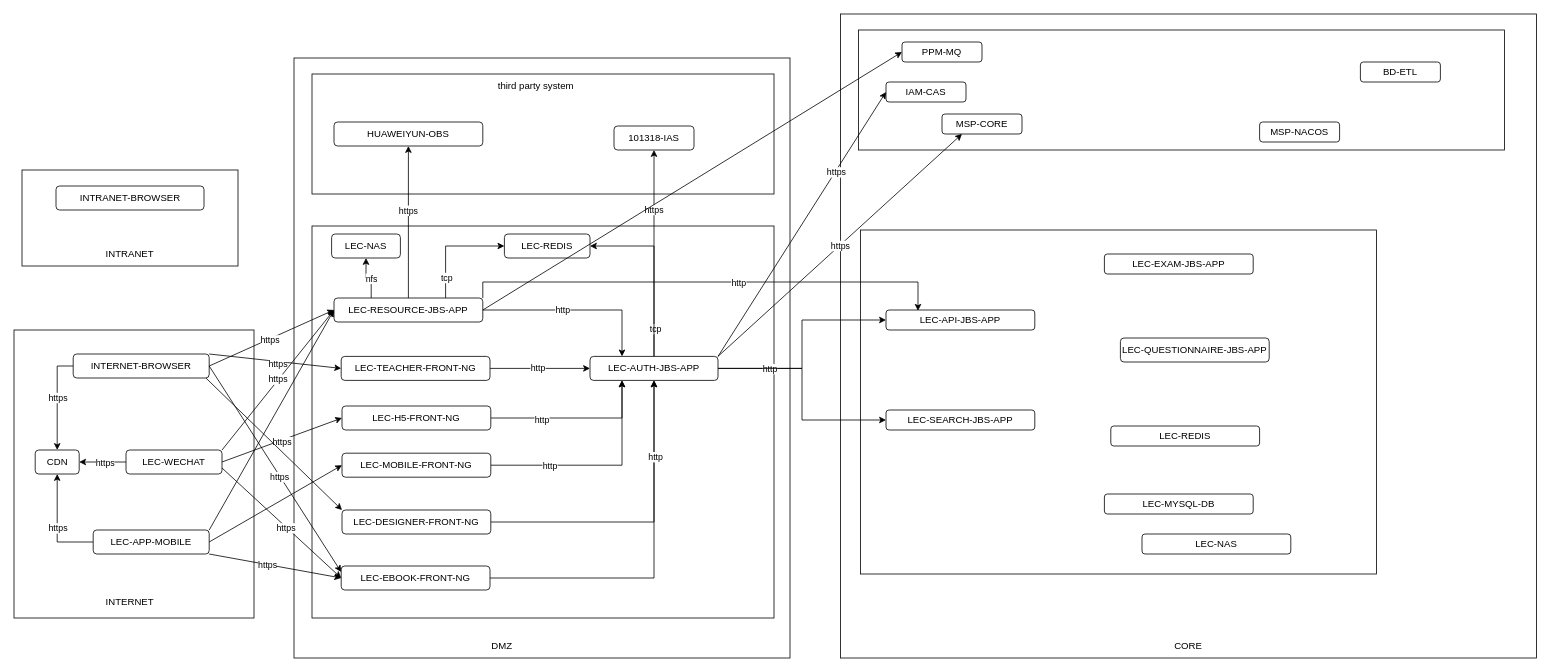
Earlier version of the draw.io diagram 智学365架构图.drawio (rainerpiao/cloud-computing). Source tidied: cells renumbered, new cells numbered last; positions are measured from the earlier drawing's top-left corner, leaving out a move shared by most shapes. Both pictures are drawn from the tidied source at 80%, with x=0, y=0 at pixel (14, 14).
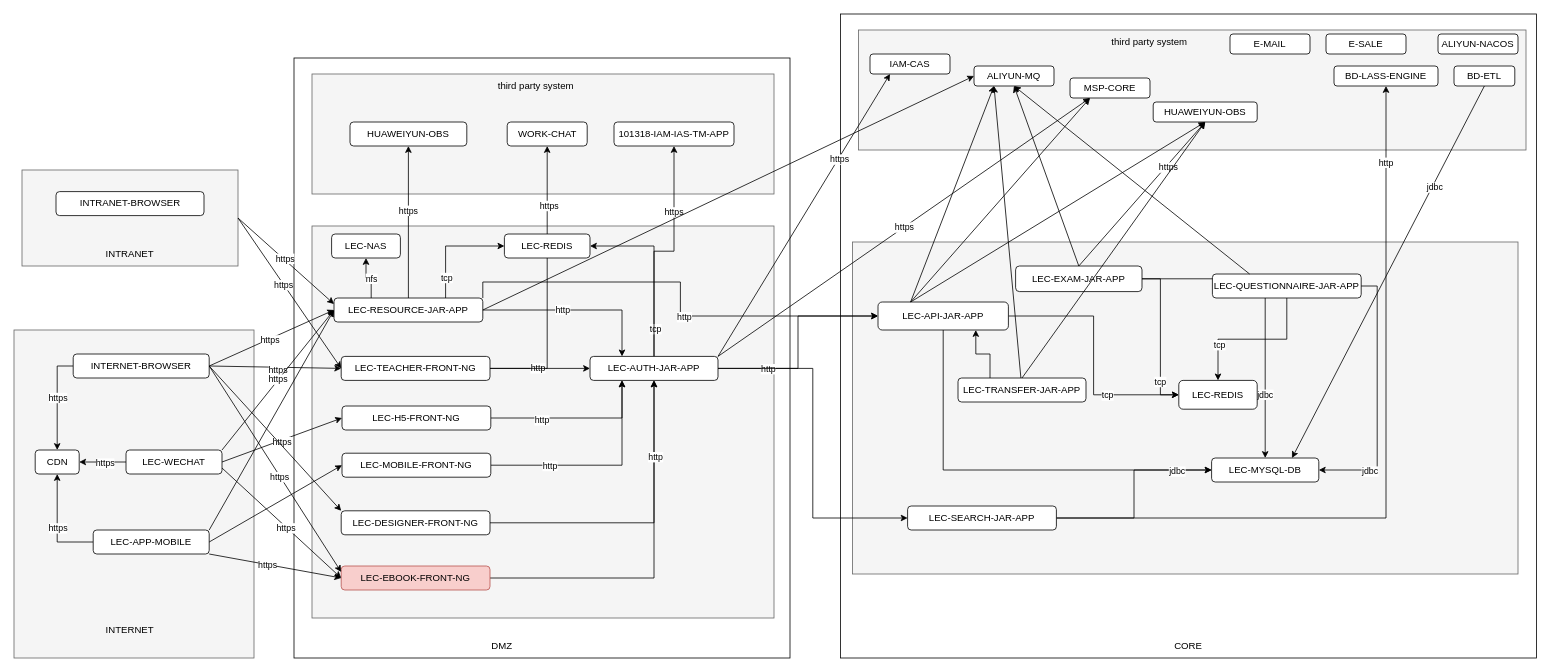
Above is the later version.

Commit message (it also covers changes not shown here):
更新智学365架构图.drawio

The change refers to these unchanged cells:
```xml
<mxCell id="10" value="&lt;span style=&quot;text-align: left;&quot;&gt;INTERNET-BROWSER&lt;/span&gt;" style="rounded=1;whiteSpace=wrap;html=1;" parent="1" vertex="1">
  <mxGeometry x="74" y="425" width="170" height="30" as="geometry" />
</mxCell>
<mxCell id="20" value="LEC-TEACHER-FRONT-NG" style="rounded=1;whiteSpace=wrap;html=1;" parent="1" vertex="1">
  <mxGeometry x="409" y="428" width="186" height="30" as="geometry" />
</mxCell>
```

The edit, as a diff of the source:
```diff
@@
-    <mxCell id="3" style="rounded=0;whiteSpace=wrap;html=1;" parent="1" vertex="1">
+    <mxCell id="3" style="rounded=0;whiteSpace=wrap;html=1;fillColor=#f5f5f5;fontColor=#333333;strokeColor=#666666;" parent="1" vertex="1">
       <mxGeometry x="10" y="195" width="270" height="120" as="geometry" />
     </mxCell>
-    <mxCell id="4" style="rounded=0;whiteSpace=wrap;html=1;" parent="1" vertex="1">
-      <mxGeometry y="395" width="300" height="360" as="geometry" />
+    <mxCell id="4" style="rounded=0;whiteSpace=wrap;html=1;fillColor=#f5f5f5;fontColor=#333333;strokeColor=#666666;" parent="1" vertex="1">
+      <mxGeometry y="395" width="300" height="410" as="geometry" />
     </mxCell>
@@
     <mxCell id="7" value="&lt;span style=&quot;text-align: left;&quot;&gt;INTRANET-BROWSER&lt;/span&gt;" style="rounded=1;whiteSpace=wrap;html=1;" parent="1" vertex="1">
-      <mxGeometry x="52.5" y="215" width="185" height="30" as="geometry" />
+      <mxGeometry x="52.5" y="222" width="185" height="30" as="geometry" />
     </mxCell>
@@
     <mxCell id="15" value="INTERNET" style="text;html=1;align=center;verticalAlign=middle;whiteSpace=wrap;rounded=0;" parent="1" vertex="1">
-      <mxGeometry x="110" y="720" width="70" height="30" as="geometry" />
+      <mxGeometry x="110" y="755" width="70" height="30" as="geometry" />
     </mxCell>
-    <mxCell id="16" style="rounded=0;whiteSpace=wrap;html=1;" parent="1" vertex="1">
+    <mxCell id="16" style="rounded=0;whiteSpace=wrap;html=1;fillColor=#f5f5f5;fontColor=#333333;strokeColor=#666666;" parent="1" vertex="1">
       <mxGeometry x="372.5" y="265" width="577.5" height="490" as="geometry" />
     </mxCell>
-    <mxCell id="17" style="rounded=0;whiteSpace=wrap;html=1;" parent="1" vertex="1">
+    <mxCell id="17" style="rounded=0;whiteSpace=wrap;html=1;fillColor=#f5f5f5;fontColor=#333333;strokeColor=#666666;" parent="1" vertex="1">
       <mxGeometry x="372.5" y="75" width="577.5" height="150" as="geometry" />
     </mxCell>
@@
+    <mxCell id="97" style="edgeStyle=orthogonalEdgeStyle;rounded=0;jettySize=auto;html=1;entryX=0.5;entryY=1;entryDx=0;entryDy=0;" parent="1" edge="1" source="20" target="115">
+      <mxGeometry relative="1" as="geometry" />
+    </mxCell>
+    <mxCell id="98" value="https" style="edgeLabel;html=1;align=center;verticalAlign=middle;" parent="97" vertex="1">
+      <mxGeometry x="0.58" y="-1" relative="1" as="geometry">
+        <mxPoint x="1" y="1" as="offset" />
+      </mxGeometry>
+    </mxCell>
@@
-    <mxCell id="29" value="LEC-RESOURCE-JBS-APP" style="rounded=1;whiteSpace=wrap;html=1;" parent="1" vertex="1">
+    <mxCell id="29" value="LEC-RESOURCE-JAR-APP" style="rounded=1;whiteSpace=wrap;html=1;" parent="1" vertex="1">
       <mxGeometry x="400" y="355" width="186" height="30" as="geometry" />
     </mxCell>
@@
-    <mxCell id="34" value="LEC-AUTH-JBS-APP" style="rounded=1;whiteSpace=wrap;html=1;" parent="1" vertex="1">
+    <mxCell id="34" value="LEC-AUTH-JAR-APP" style="rounded=1;whiteSpace=wrap;html=1;" parent="1" vertex="1">
       <mxGeometry x="720" y="428" width="160" height="30" as="geometry" />
     </mxCell>
@@
-    <mxCell id="40" style="rounded=0;whiteSpace=wrap;html=1;" parent="1" vertex="1">
-      <mxGeometry x="1058" y="270" width="645" height="430" as="geometry" />
+    <mxCell id="40" style="rounded=0;whiteSpace=wrap;html=1;fillColor=#f5f5f5;fontColor=#333333;strokeColor=#666666;" parent="1" vertex="1">
+      <mxGeometry x="1048" y="285" width="832" height="415" as="geometry" />
     </mxCell>
-    <mxCell id="41" style="rounded=0;whiteSpace=wrap;html=1;" parent="1" vertex="1">
-      <mxGeometry x="1055.5" y="20" width="807.5" height="150" as="geometry" />
+    <mxCell id="41" style="rounded=0;whiteSpace=wrap;html=1;fillColor=#f5f5f5;fontColor=#333333;strokeColor=#666666;" parent="1" vertex="1">
+      <mxGeometry x="1055.5" y="20" width="834.5" height="150" as="geometry" />
     </mxCell>
-    <mxCell id="42" value="101318-IAS" style="rounded=1;whiteSpace=wrap;html=1;" parent="1" vertex="1">
-      <mxGeometry x="750" y="140" width="100" height="30" as="geometry" />
+    <mxCell id="42" value="101318-IAM-IAS-TM-APP" style="rounded=1;whiteSpace=wrap;html=1;" parent="1" vertex="1">
+      <mxGeometry x="750" y="135" width="150" height="30" as="geometry" />
     </mxCell>
+    <mxCell id="99" style="edgeStyle=orthogonalEdgeStyle;rounded=0;jettySize=auto;html=1;entryX=0.5;entryY=0;entryDx=0;entryDy=0;" parent="1" edge="1" source="43" target="44">
+      <mxGeometry relative="1" as="geometry" />
+    </mxCell>
+    <mxCell id="100" value="jdbc" style="edgeLabel;html=1;align=center;verticalAlign=middle;" parent="99" vertex="1">
+      <mxGeometry x="0.57" y="-1" relative="1" as="geometry">
+        <mxPoint y="1" as="offset" />
+      </mxGeometry>
+    </mxCell>
+    <mxCell id="101" style="edgeStyle=orthogonalEdgeStyle;rounded=0;jettySize=auto;html=1;entryX=0;entryY=0.5;entryDx=0;entryDy=0;" parent="1" edge="1" source="43" target="46">
+      <mxGeometry relative="1" as="geometry" />
+    </mxCell>
+    <mxCell id="102" value="tcp" style="edgeLabel;html=1;align=center;verticalAlign=middle;" parent="101" vertex="1">
+      <mxGeometry x="0.58" y="-1" relative="1" as="geometry" />
+    </mxCell>
-    <mxCell id="43" value="LEC-EXAM-JBS-APP" style="rounded=1;whiteSpace=wrap;html=1;" parent="1" vertex="1">
-      <mxGeometry x="1363" y="300" width="186" height="25" as="geometry" />
+    <mxCell id="43" value="LEC-EXAM-JAR-APP" style="rounded=1;whiteSpace=wrap;html=1;" parent="1" vertex="1">
+      <mxGeometry x="1252" y="315" width="158" height="32" as="geometry" />
     </mxCell>
     <mxCell id="44" value="LEC-MYSQL-DB" style="rounded=1;whiteSpace=wrap;html=1;" parent="1" vertex="1">
-      <mxGeometry x="1363" y="600" width="186" height="25" as="geometry" />
+      <mxGeometry x="1497" y="555" width="134" height="30" as="geometry" />
     </mxCell>
-    <mxCell id="45" value="LEC-NAS" style="rounded=1;whiteSpace=wrap;html=1;" parent="1" vertex="1">
-      <mxGeometry x="1410" y="650" width="186" height="25" as="geometry" />
-    </mxCell>
     <mxCell id="46" value="LEC-REDIS" style="rounded=1;whiteSpace=wrap;html=1;" parent="1" vertex="1">
-      <mxGeometry x="1371" y="515" width="186" height="25" as="geometry" />
+      <mxGeometry x="1456" y="458" width="98" height="36" as="geometry" />
     </mxCell>
-    <mxCell id="47" value="PPM-MQ" style="rounded=1;whiteSpace=wrap;html=1;" parent="1" vertex="1">
-      <mxGeometry x="1110" y="35" width="100" height="25" as="geometry" />
+    <mxCell id="47" value="ALIYUN-MQ" style="rounded=1;whiteSpace=wrap;html=1;" parent="1" vertex="1">
+      <mxGeometry x="1200" y="65" width="100" height="25" as="geometry" />
     </mxCell>
+    <mxCell id="103" style="edgeStyle=orthogonalEdgeStyle;rounded=0;jettySize=auto;html=1;entryX=0.5;entryY=0;entryDx=0;entryDy=0;" parent="1" edge="1" source="48" target="46">
+      <mxGeometry relative="1" as="geometry" />
+    </mxCell>
+    <mxCell id="104" value="tcp" style="edgeLabel;html=1;align=center;verticalAlign=middle;" parent="103" vertex="1">
+      <mxGeometry x="0.52" y="1" relative="1" as="geometry" />
+    </mxCell>
-    <mxCell id="48" value="LEC-QUESTIONNAIRE-JBS-APP" style="rounded=1;whiteSpace=wrap;html=1;" parent="1" vertex="1">
-      <mxGeometry x="1383" y="405" width="186" height="30" as="geometry" />
+    <mxCell id="48" value="LEC-QUESTIONNAIRE-JAR-APP" style="rounded=1;whiteSpace=wrap;html=1;" parent="1" vertex="1">
+      <mxGeometry x="1498" y="325" width="186" height="30" as="geometry" />
     </mxCell>
@@
     <mxCell id="50" value="LEC-DESIGNER-FRONT-NG" style="rounded=1;whiteSpace=wrap;html=1;" parent="1" vertex="1">
-      <mxGeometry x="410" y="620" width="186" height="30" as="geometry" />
+      <mxGeometry x="409" y="621" width="186" height="30" as="geometry" />
     </mxCell>
@@
-    <mxCell id="53" value="LEC-EBOOK-FRONT-NG" style="rounded=1;whiteSpace=wrap;html=1;" parent="1" vertex="1">
+    <mxCell id="53" value="LEC-EBOOK-FRONT-NG" style="rounded=1;whiteSpace=wrap;html=1;fillColor=#f8cecc;strokeColor=#b85450;" parent="1" vertex="1">
       <mxGeometry x="409" y="690" width="186" height="30" as="geometry" />
     </mxCell>
@@
     <mxCell id="57" value="IAM-CAS" style="rounded=1;whiteSpace=wrap;html=1;" parent="1" vertex="1">
-      <mxGeometry x="1090" y="85" width="100" height="25" as="geometry" />
+      <mxGeometry x="1070" y="50" width="100" height="25" as="geometry" />
     </mxCell>
-    <mxCell id="58" value="MSP-NACOS" style="rounded=1;whiteSpace=wrap;html=1;" parent="1" vertex="1">
-      <mxGeometry x="1557" y="135" width="100" height="25" as="geometry" />
-    </mxCell>
     <mxCell id="59" value="MSP-CORE" style="rounded=1;whiteSpace=wrap;html=1;" parent="1" vertex="1">
-      <mxGeometry x="1160" y="125" width="100" height="25" as="geometry" />
+      <mxGeometry x="1320" y="80" width="100" height="25" as="geometry" />
     </mxCell>
     <mxCell id="60" value="BD-ETL" style="rounded=1;whiteSpace=wrap;html=1;" parent="1" vertex="1">
-      <mxGeometry x="1683" y="60" width="100" height="25" as="geometry" />
+      <mxGeometry x="1800" y="65" width="76" height="25" as="geometry" />
     </mxCell>
@@
-    <mxCell id="66" style="endArrow=classic;html=1;rounded=0;exitX=1;exitY=0;exitDx=0;exitDy=0;entryX=0;entryY=0.5;entryDx=0;entryDy=0;" parent="1" edge="1" source="10" target="20">
+    <mxCell id="66" style="endArrow=classic;html=1;rounded=0;exitX=1;exitY=0.5;exitDx=0;exitDy=0;entryX=0;entryY=0.5;entryDx=0;entryDy=0;" parent="1" edge="1" source="10" target="20">
       <mxGeometry relative="1" as="geometry" />
     </mxCell>
@@
-    <mxCell id="76" style="endArrow=classic;html=1;rounded=0;entryX=0;entryY=0;entryDx=0;entryDy=0;exitX=0.8;exitY=0.167;exitDx=0;exitDy=0;exitPerimeter=0;" parent="1" edge="1" source="4" target="50">
+    <mxCell id="76" style="endArrow=classic;html=1;rounded=0;entryX=0;entryY=0;entryDx=0;entryDy=0;exitX=1;exitY=0.5;exitDx=0;exitDy=0;" parent="1" edge="1" source="10" target="50">
       <mxGeometry relative="1" as="geometry" />
     </mxCell>
@@
     <mxCell id="83" value="HUAWEIYUN-OBS" style="rounded=1;whiteSpace=wrap;html=1;" parent="1" vertex="1">
-      <mxGeometry x="400" y="135" width="186" height="30" as="geometry" />
+      <mxGeometry x="420" y="135" width="146" height="30" as="geometry" />
     </mxCell>
@@
-    <mxCell id="86" style="edgeStyle=orthogonalEdgeStyle;rounded=0;jettySize=auto;html=1;exitX=1;exitY=0;exitDx=0;exitDy=0;entryX=0.215;entryY=0.04;entryDx=0;entryDy=0;entryPerimeter=0;" parent="1" edge="1" source="29" target="88">
+    <mxCell id="86" style="edgeStyle=orthogonalEdgeStyle;rounded=0;jettySize=auto;html=1;exitX=1;exitY=0;exitDx=0;exitDy=0;entryX=0;entryY=0.5;entryDx=0;entryDy=0;" parent="1" edge="1" source="29" target="88">
       <mxGeometry relative="1" as="geometry" />
     </mxCell>
@@
+    <mxCell id="105" style="edgeStyle=orthogonalEdgeStyle;rounded=0;jettySize=auto;html=1;entryX=0;entryY=0.5;entryDx=0;entryDy=0;exitX=0.5;exitY=1;exitDx=0;exitDy=0;" parent="1" edge="1" source="88" target="44">
+      <mxGeometry relative="1" as="geometry" />
+    </mxCell>
+    <mxCell id="106" style="edgeStyle=orthogonalEdgeStyle;rounded=0;jettySize=auto;html=1;entryX=0;entryY=0.5;entryDx=0;entryDy=0;" parent="1" edge="1" source="88" target="46">
+      <mxGeometry relative="1" as="geometry" />
+    </mxCell>
+    <mxCell id="107" value="tcp" style="edgeLabel;html=1;align=center;verticalAlign=middle;" parent="106" vertex="1">
+      <mxGeometry x="0.42" relative="1" as="geometry">
+        <mxPoint x="1" as="offset" />
+      </mxGeometry>
+    </mxCell>
-    <mxCell id="88" value="LEC-API-JBS-APP" style="rounded=1;whiteSpace=wrap;html=1;" parent="1" vertex="1">
-      <mxGeometry x="1090" y="370" width="186" height="25" as="geometry" />
+    <mxCell id="88" value="LEC-API-JAR-APP" style="rounded=1;whiteSpace=wrap;html=1;" parent="1" vertex="1">
+      <mxGeometry x="1080" y="360" width="163" height="35" as="geometry" />
     </mxCell>
+    <mxCell id="108" style="edgeStyle=orthogonalEdgeStyle;rounded=0;jettySize=auto;html=1;entryX=0;entryY=0.5;entryDx=0;entryDy=0;" parent="1" edge="1" source="89" target="44">
+      <mxGeometry relative="1" as="geometry" />
+    </mxCell>
+    <mxCell id="109" value="jdbc" style="edgeLabel;html=1;align=center;verticalAlign=middle;" parent="108" vertex="1">
+      <mxGeometry x="0.65" y="-1" relative="1" as="geometry" />
+    </mxCell>
+    <mxCell id="110" style="edgeStyle=orthogonalEdgeStyle;rounded=0;jettySize=auto;html=1;entryX=0.5;entryY=1;entryDx=0;entryDy=0;" parent="1" edge="1" source="89" target="123">
+      <mxGeometry relative="1" as="geometry" />
+    </mxCell>
+    <mxCell id="111" value="http" style="edgeLabel;html=1;align=center;verticalAlign=middle;" parent="110" vertex="1">
+      <mxGeometry x="0.8" y="1" relative="1" as="geometry" />
+    </mxCell>
-    <mxCell id="89" value="LEC-SEARCH-JBS-APP" style="rounded=1;whiteSpace=wrap;html=1;" parent="1" vertex="1">
-      <mxGeometry x="1090" y="495" width="186" height="25" as="geometry" />
+    <mxCell id="89" value="LEC-SEARCH-JAR-APP" style="rounded=1;whiteSpace=wrap;html=1;" parent="1" vertex="1">
+      <mxGeometry x="1117" y="615" width="186" height="30" as="geometry" />
     </mxCell>
@@
-    <mxCell id="94" style="endArrow=classic;html=1;rounded=0;entryX=0;entryY=0.5;entryDx=0;entryDy=0;exitX=1;exitY=0;exitDx=0;exitDy=0;" parent="1" edge="1" source="34" target="57">
+    <mxCell id="94" style="endArrow=classic;html=1;rounded=0;entryX=0.25;entryY=1;entryDx=0;entryDy=0;exitX=1;exitY=0;exitDx=0;exitDy=0;" parent="1" edge="1" source="34" target="57">
       <mxGeometry relative="1" as="geometry" />
     </mxCell>
@@
+    <mxCell id="112" value="third party system" style="text;html=1;align=center;verticalAlign=middle;whiteSpace=wrap;rounded=0;" parent="1" vertex="1">
+      <mxGeometry x="1363" y="20" width="113" height="30" as="geometry" />
+    </mxCell>
+    <mxCell id="113" value="ALIYUN-NACOS" style="rounded=1;whiteSpace=wrap;html=1;" parent="1" vertex="1">
+      <mxGeometry x="1780" y="25" width="100" height="25" as="geometry" />
+    </mxCell>
+    <mxCell id="114" value="E-MAIL" style="rounded=1;whiteSpace=wrap;html=1;" parent="1" vertex="1">
+      <mxGeometry x="1520" y="25" width="100" height="25" as="geometry" />
+    </mxCell>
+    <mxCell id="115" value="WORK-CHAT" style="rounded=1;whiteSpace=wrap;html=1;" parent="1" vertex="1">
+      <mxGeometry x="616.5" y="135" width="100" height="30" as="geometry" />
+    </mxCell>
+    <mxCell id="116" style="edgeStyle=orthogonalEdgeStyle;rounded=0;jettySize=auto;html=1;entryX=1;entryY=0.5;entryDx=0;entryDy=0;exitX=1;exitY=0.5;exitDx=0;exitDy=0;" parent="1" edge="1" source="48" target="44">
+      <mxGeometry relative="1" as="geometry" />
+    </mxCell>
+    <mxCell id="117" value="jdbc" style="edgeLabel;html=1;align=center;verticalAlign=middle;" parent="116" vertex="1">
+      <mxGeometry x="0.61" y="1" relative="1" as="geometry" />
+    </mxCell>
+    <mxCell id="118" value="E-SALE" style="rounded=1;whiteSpace=wrap;html=1;" parent="1" vertex="1">
+      <mxGeometry x="1640" y="25" width="100" height="25" as="geometry" />
+    </mxCell>
+    <mxCell id="119" style="endArrow=classic;html=1;rounded=0;entryX=0.5;entryY=1;entryDx=0;entryDy=0;exitX=0.5;exitY=0;exitDx=0;exitDy=0;" parent="1" edge="1" source="43" target="47">
+      <mxGeometry relative="1" as="geometry" />
+    </mxCell>
+    <mxCell id="120" style="endArrow=classic;html=1;rounded=0;exitX=0.25;exitY=0;exitDx=0;exitDy=0;entryX=0.25;entryY=1;entryDx=0;entryDy=0;" parent="1" edge="1" source="88" target="47">
+      <mxGeometry relative="1" as="geometry" />
+    </mxCell>
+    <mxCell id="121" style="endArrow=classic;html=1;rounded=0;entryX=0.5;entryY=1;entryDx=0;entryDy=0;exitX=0.25;exitY=0;exitDx=0;exitDy=0;" parent="1" edge="1" source="48" target="47">
+      <mxGeometry relative="1" as="geometry" />
+    </mxCell>
+    <mxCell id="122" style="endArrow=classic;html=1;rounded=0;entryX=0.25;entryY=1;entryDx=0;entryDy=0;exitX=0.25;exitY=0;exitDx=0;exitDy=0;" parent="1" edge="1" source="88" target="59">
+      <mxGeometry relative="1" as="geometry" />
+    </mxCell>
+    <mxCell id="123" value="BD-LASS-ENGINE" style="rounded=1;whiteSpace=wrap;html=1;" parent="1" vertex="1">
+      <mxGeometry x="1650" y="65" width="130" height="25" as="geometry" />
+    </mxCell>
+    <mxCell id="124" style="endArrow=classic;html=1;rounded=0;entryX=0.75;entryY=0;entryDx=0;entryDy=0;exitX=0.5;exitY=1;exitDx=0;exitDy=0;" parent="1" edge="1" source="60" target="44">
+      <mxGeometry relative="1" as="geometry" />
+    </mxCell>
+    <mxCell id="125" value="jdbc" style="edgeLabel;html=1;align=center;verticalAlign=middle;" parent="124" vertex="1">
+      <mxGeometry x="-0.5" relative="1" as="geometry">
+        <mxPoint x="-2" y="10" as="offset" />
+      </mxGeometry>
+    </mxCell>
+    <mxCell id="126" style="endArrow=classic;html=1;rounded=0;exitX=1;exitY=0.5;exitDx=0;exitDy=0;entryX=0;entryY=0.25;entryDx=0;entryDy=0;" parent="1" edge="1" source="3" target="29">
+      <mxGeometry relative="1" as="geometry" />
+    </mxCell>
+    <mxCell id="127" value="https" style="edgeLabel;html=1;align=center;verticalAlign=middle;" parent="126" vertex="1">
+      <mxGeometry x="-0.04" y="1" relative="1" as="geometry" />
+    </mxCell>
+    <mxCell id="128" style="endArrow=classic;html=1;rounded=0;entryX=0;entryY=0.5;entryDx=0;entryDy=0;exitX=1;exitY=0.5;exitDx=0;exitDy=0;" parent="1" edge="1" source="3" target="20">
+      <mxGeometry relative="1" as="geometry" />
+    </mxCell>
+    <mxCell id="129" value="https" style="edgeLabel;html=1;align=center;verticalAlign=middle;" parent="128" vertex="1">
+      <mxGeometry x="-0.11" y="-1" relative="1" as="geometry" />
+    </mxCell>
+    <mxCell id="130" value="HUAWEIYUN-OBS" style="rounded=1;whiteSpace=wrap;html=1;" parent="1" vertex="1">
+      <mxGeometry x="1424" y="110" width="130" height="25" as="geometry" />
+    </mxCell>
+    <mxCell id="131" style="endArrow=classic;html=1;rounded=0;entryX=0.5;entryY=1;entryDx=0;entryDy=0;exitX=0.5;exitY=0;exitDx=0;exitDy=0;" parent="1" edge="1" source="43" target="130">
+      <mxGeometry relative="1" as="geometry" />
+    </mxCell>
+    <mxCell id="132" value="https" style="edgeLabel;html=1;align=center;verticalAlign=middle;" parent="131" vertex="1">
+      <mxGeometry x="0.39" y="-2" relative="1" as="geometry" />
+    </mxCell>
+    <mxCell id="133" style="endArrow=classic;html=1;rounded=0;entryX=0.5;entryY=1;entryDx=0;entryDy=0;exitX=0.25;exitY=0;exitDx=0;exitDy=0;" parent="1" edge="1" source="88" target="130">
+      <mxGeometry relative="1" as="geometry" />
+    </mxCell>
+    <mxCell id="134" style="edgeStyle=orthogonalEdgeStyle;rounded=0;jettySize=auto;html=1;entryX=0.75;entryY=1;entryDx=0;entryDy=0;exitX=0.25;exitY=0;exitDx=0;exitDy=0;" parent="1" edge="1" source="135" target="88">
+      <mxGeometry relative="1" as="geometry" />
+    </mxCell>
+    <mxCell id="135" value="LEC-TRANSFER-JAR-APP" style="rounded=1;whiteSpace=wrap;html=1;" parent="1" vertex="1">
+      <mxGeometry x="1180" y="455" width="160" height="30" as="geometry" />
+    </mxCell>
+    <mxCell id="136" style="endArrow=classic;html=1;rounded=0;entryX=0.25;entryY=1;entryDx=0;entryDy=0;" parent="1" edge="1" source="135" target="47">
+      <mxGeometry relative="1" as="geometry" />
+    </mxCell>
+    <mxCell id="137" style="endArrow=classic;html=1;rounded=0;entryX=0.5;entryY=1;entryDx=0;entryDy=0;exitX=0.5;exitY=0;exitDx=0;exitDy=0;" parent="1" edge="1" source="135" target="130">
+      <mxGeometry relative="1" as="geometry" />
+    </mxCell>
```
